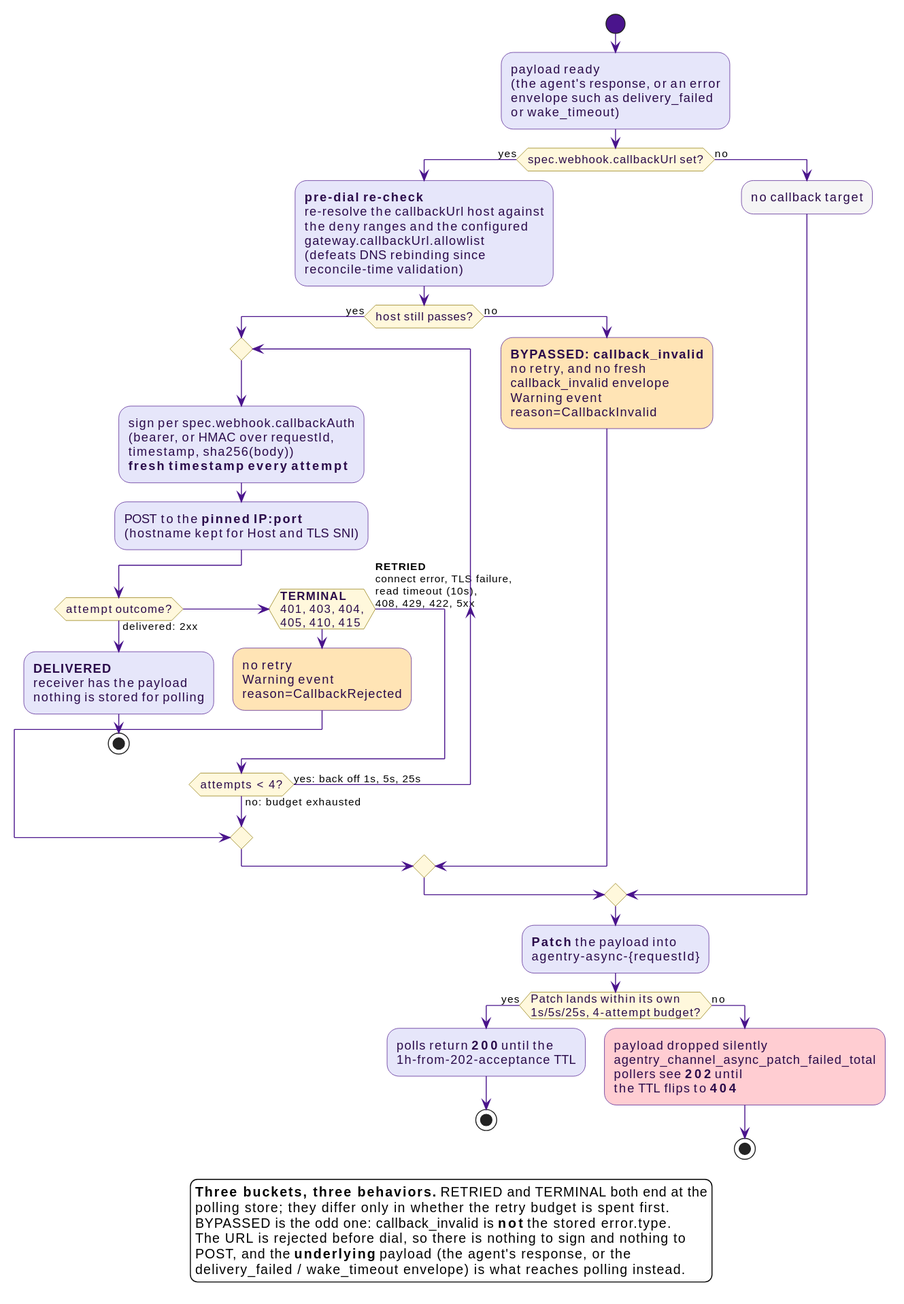
The PlantUML diagram docs/src/diagrams/async-callback-delivery.svg in win07xp/kaalm, before a commit.
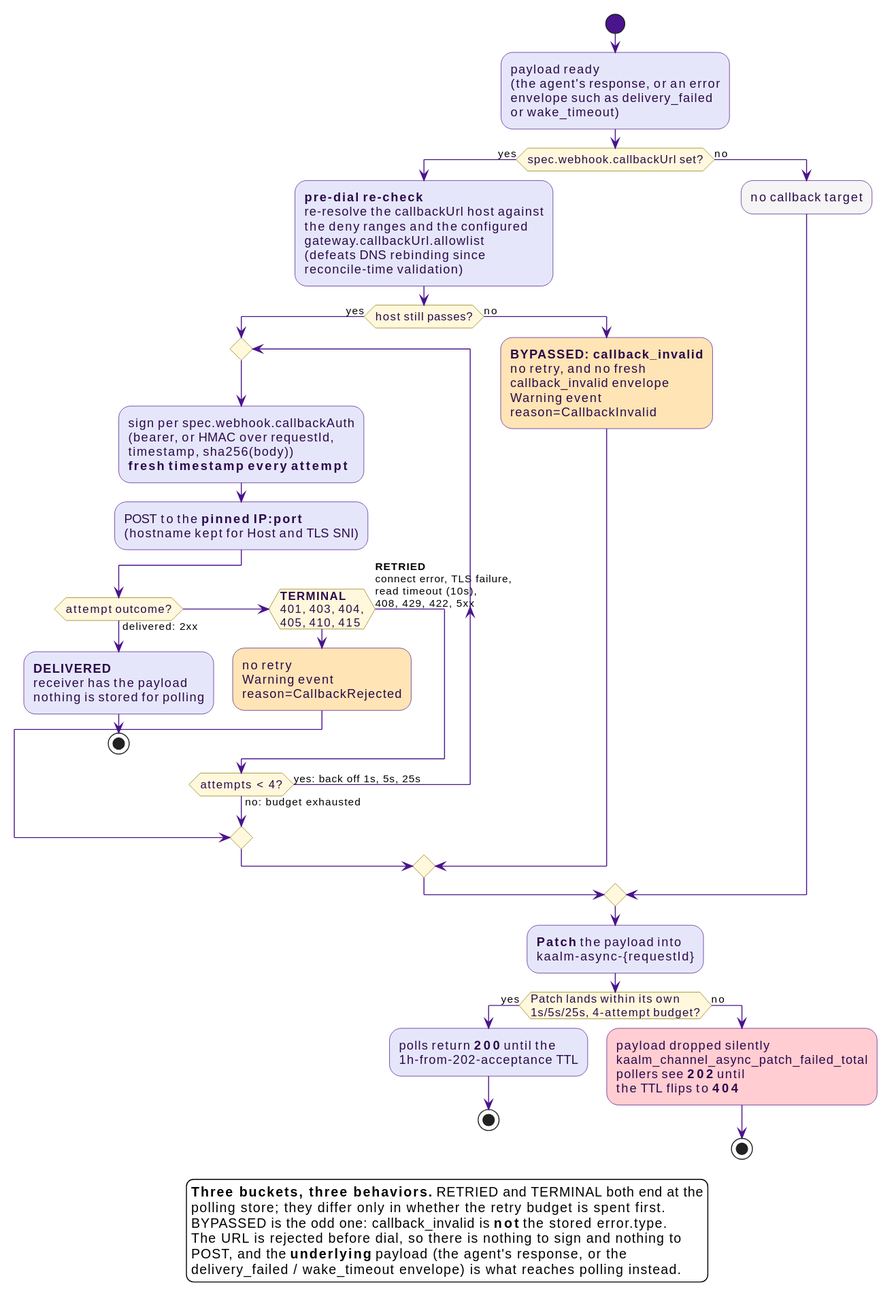
The same file after the commit.

What changed in the source:
```diff
@@ -54,7 +54,7 @@
 endif
 
 :**Patch** the payload into
-agentry-async-{requestId};
+kaalm-async-{requestId};
 
 if (Patch lands within its own\n1s/5s/25s, 4-attempt budget?) then (yes)
   :polls return **200** until the
@@ -62,7 +62,7 @@
   stop
 else (no)
   :payload dropped silently
-  agentry_channel_async_patch_failed_total
+  kaalm_channel_async_patch_failed_total
   pollers see **202** until
   the TTL flips to **404**; <<#FFCDD2>>
   stop
```
